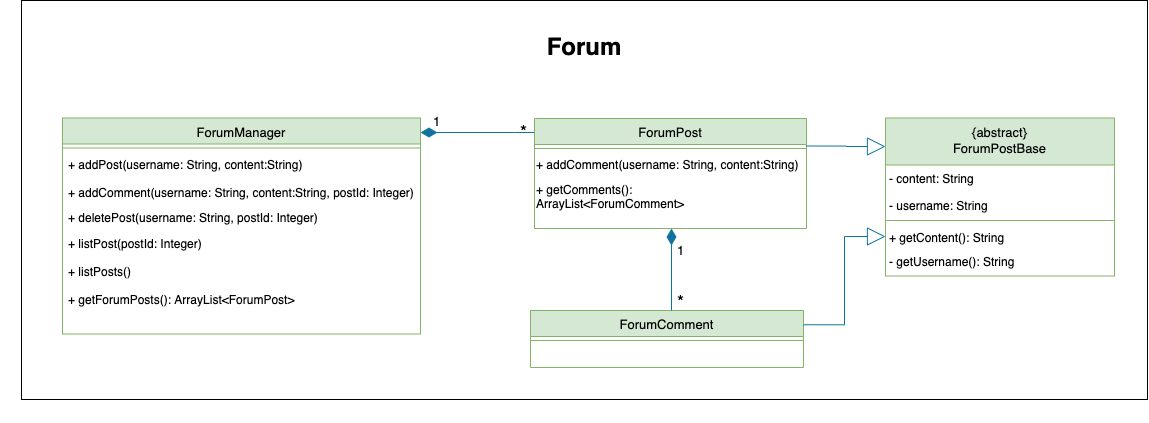
theeugenechong/tp keeps this draw.io diagram as docs/developerGuideDiagrams/forumComponent.png. Above is the earlier version. Source tidied: cells renumbered, new cells last; positions are measured from the earlier drawing's top-left corner, leaving out a move shared by most shapes.
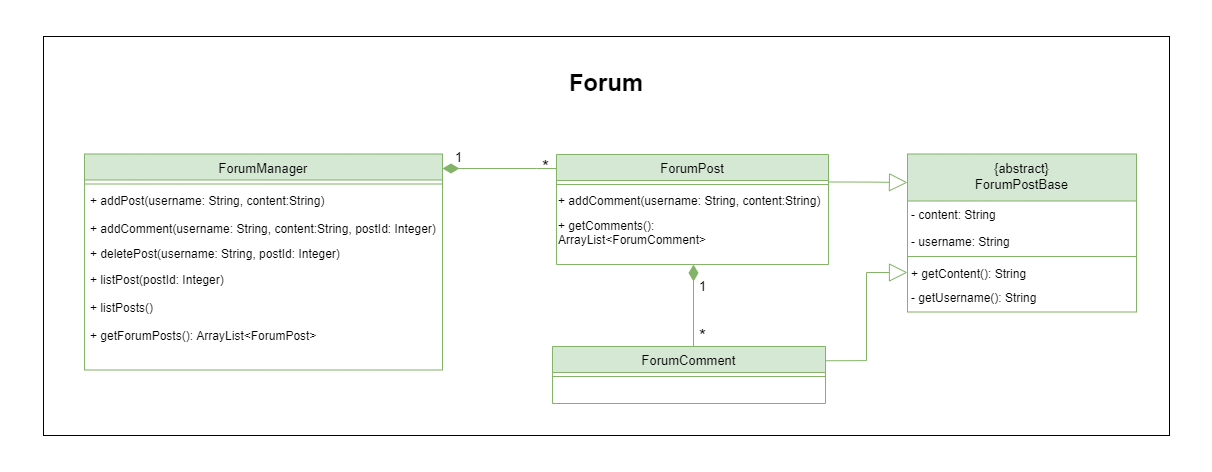
After the change.

Commit message:
Fix minor "whitebox" issue for diagram Fixed the colour of some lines in the diagram

The edit, as a diff of the source:
```diff
@@ -3,7 +3,7 @@
     <mxCell id="0" />
     <mxCell id="1" parent="0" />
     <mxCell id="2" style="rounded=0;whiteSpace=wrap;html=1;fontSize=13;strokeColor=#FFFFFF;align=right;" parent="1" vertex="1">
-      <mxGeometry y="17" width="742" height="405" as="geometry" />
+      <mxGeometry x="-22" y="-36" width="1210" height="471" as="geometry" />
     </mxCell>
     <mxCell id="3" value="&lt;b&gt;&lt;span style=&quot;font-size: 24px&quot;&gt;Forum&lt;/span&gt;&lt;br&gt;&lt;br&gt;&lt;br&gt;&lt;br&gt;&lt;br&gt;&lt;br&gt;&lt;br&gt;&lt;br&gt;&lt;br&gt;&lt;br&gt;&lt;br&gt;&lt;br&gt;&lt;br&gt;&lt;br&gt;&lt;br&gt;&lt;br&gt;&lt;br&gt;&lt;br&gt;&lt;br&gt;&lt;br&gt;&lt;br&gt;&lt;br&gt;&lt;br&gt;&lt;/b&gt;" style="rounded=0;whiteSpace=wrap;html=1;" parent="1" vertex="1">
       <mxGeometry x="21" width="1126" height="399" as="geometry" />
@@ -23,7 +23,7 @@
     <mxCell id="8" value="*" style="text;html=1;align=center;verticalAlign=middle;strokeColor=none;fillColor=none;fontSize=18;" parent="1" vertex="1">
       <mxGeometry x="514" y="118" width="17" height="26" as="geometry" />
     </mxCell>
-    <mxCell id="9" style="endArrow=none;html=1;endSize=12;startArrow=diamondThin;startSize=14;startFill=1;edgeStyle=orthogonalEdgeStyle;align=left;verticalAlign=bottom;rounded=0;jumpStyle=none;fillColor=#b1ddf0;strokeColor=#10739e;fontSize=15;entryX=0;entryY=0.25;entryDx=0;entryDy=0;endFill=0;" parent="1" edge="1" target="11">
+    <mxCell id="9" style="endArrow=none;html=1;endSize=12;startArrow=diamondThin;startSize=14;startFill=1;edgeStyle=orthogonalEdgeStyle;align=left;verticalAlign=bottom;rounded=0;jumpStyle=none;fillColor=#d5e8d4;strokeColor=#82b366;fontSize=15;entryX=0;entryY=0.25;entryDx=0;entryDy=0;endFill=0;" parent="1" edge="1" target="11">
       <mxGeometry x="-1" y="3" relative="1" as="geometry">
         <mxPoint x="420" y="132" as="sourcePoint" />
         <Array as="points">
@@ -47,7 +47,7 @@
     <mxCell id="14" style="line;html=1;strokeWidth=1;align=left;verticalAlign=middle;spacingTop=-1;spacingLeft=3;spacingRight=3;labelPosition=right;fillColor=#d5e8d4;strokeColor=#82b366;fontSize=13;" parent="13" vertex="1">
       <mxGeometry y="26" width="273" height="8" as="geometry" />
     </mxCell>
-    <mxCell id="15" style="endArrow=none;html=1;endSize=12;startArrow=diamondThin;startSize=14;startFill=1;edgeStyle=orthogonalEdgeStyle;align=left;verticalAlign=bottom;rounded=0;jumpStyle=none;fillColor=#b1ddf0;strokeColor=#10739e;fontSize=15;endFill=0;" parent="1" edge="1">
+    <mxCell id="15" style="endArrow=none;html=1;endSize=12;startArrow=diamondThin;startSize=14;startFill=1;edgeStyle=orthogonalEdgeStyle;align=left;verticalAlign=bottom;rounded=0;jumpStyle=none;fillColor=#d5e8d4;strokeColor=#82b366;fontSize=15;endFill=0;" parent="1" edge="1">
       <mxGeometry x="-1" y="3" relative="1" as="geometry">
         <mxPoint x="671" y="228" as="sourcePoint" />
         <mxPoint x="671" y="310" as="targetPoint" />
@@ -65,12 +65,12 @@
     <mxCell id="19" style="line;html=1;strokeWidth=1;align=left;verticalAlign=middle;spacingTop=-1;spacingLeft=3;spacingRight=3;labelPosition=right;fillColor=#d5e8d4;strokeColor=#82b366;fontSize=13;" parent="18" vertex="1">
       <mxGeometry y="47" width="229" height="111" as="geometry" />
     </mxCell>
-    <mxCell id="20" style="endArrow=block;endSize=16;endFill=0;html=1;rounded=0;edgeStyle=orthogonalEdgeStyle;jumpStyle=none;fillColor=#b1ddf0;strokeColor=#10739e;exitX=1;exitY=0.25;exitDx=0;exitDy=0;fontSize=15;" parent="1" edge="1" source="11">
+    <mxCell id="20" style="endArrow=block;endSize=16;endFill=0;html=1;rounded=0;edgeStyle=orthogonalEdgeStyle;jumpStyle=none;fillColor=#d5e8d4;strokeColor=#82b366;exitX=1;exitY=0.25;exitDx=0;exitDy=0;fontSize=15;" parent="1" edge="1" source="11">
       <mxGeometry x="0.11" relative="1" as="geometry">
         <mxPoint x="885" y="146" as="targetPoint" />
       </mxGeometry>
     </mxCell>
-    <mxCell id="21" style="endArrow=block;endSize=16;endFill=0;html=1;rounded=0;edgeStyle=orthogonalEdgeStyle;jumpStyle=none;fillColor=#b1ddf0;strokeColor=#10739e;exitX=1;exitY=0.25;exitDx=0;exitDy=0;entryX=0;entryY=0.75;entryDx=0;entryDy=0;fontSize=15;" parent="1" edge="1" source="13" target="18">
+    <mxCell id="21" style="endArrow=block;endSize=16;endFill=0;html=1;rounded=0;edgeStyle=orthogonalEdgeStyle;jumpStyle=none;fillColor=#d5e8d4;strokeColor=#82b366;exitX=1;exitY=0.25;exitDx=0;exitDy=0;entryX=0;entryY=0.75;entryDx=0;entryDy=0;fontSize=15;" parent="1" edge="1" source="13" target="18">
       <mxGeometry x="0.11" relative="1" as="geometry" />
     </mxCell>
     <mxCell id="22" value="- content: String" style="text;html=1;strokeColor=none;fillColor=none;align=left;verticalAlign=middle;whiteSpace=wrap;rounded=0;fontSize=12;" parent="1" vertex="1">
```
